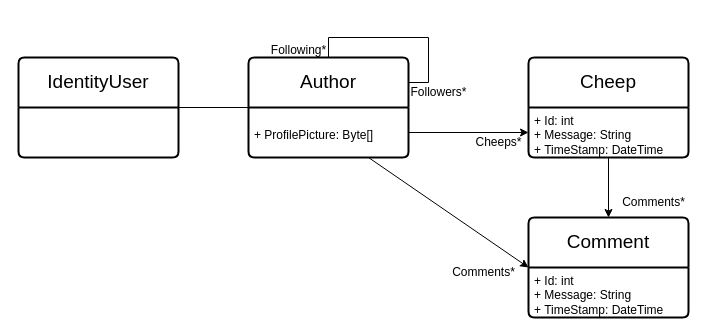
Above: docs/models/DomainModel.drawio in ITU-BDSA2024-GROUP10/Chirp (draw.io), before the change. Source tidied: cells renumbered, new cells numbered last; positions are measured from the earlier drawing's top-left corner, leaving out a move shared by most shapes. Both pictures are drawn from the tidied source at 100%, with x=0, y=0 at pixel (18, 35).
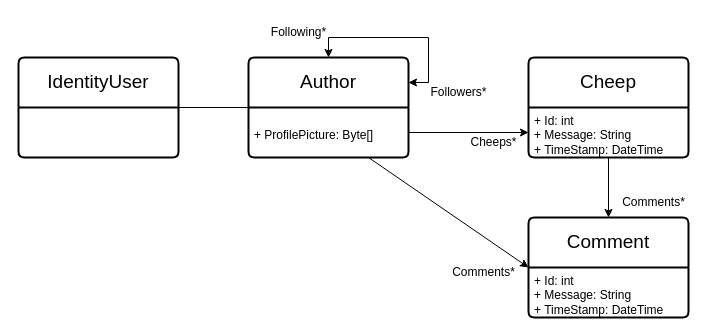
The same diagram, later.

Commit message:
Moved names for better visibility

Diff of the diagram source:
```diff
@@
 <mxGraphModel>
   <root>
     <mxCell id="0" />
     <mxCell id="1" parent="0" />
     <mxCell id="2" value="&lt;font style=&quot;font-size: 19px;&quot;&gt;Author&lt;/font&gt;" style="swimlane;horizontal=1;startSize=50;rounded=1;fontSize=14;fontStyle=0;strokeWidth=2;shadow=0;dashed=0;align=center;arcSize=4;whiteSpace=wrap;html=1;" parent="1" vertex="1">
       <mxGeometry x="230" y="22" width="160" height="100" as="geometry" />
     </mxCell>
     <mxCell id="3" value="&lt;br&gt;+ ProfilePicture: Byte[]&amp;nbsp;" style="align=left;strokeColor=none;fillColor=none;spacingLeft=4;fontSize=12;verticalAlign=top;html=1;" parent="2" vertex="1">
       <mxGeometry y="50" width="160" height="50" as="geometry" />
     </mxCell>
     <mxCell id="4" value="&lt;font style=&quot;font-size: 19px;&quot;&gt;Cheep&lt;/font&gt;" style="swimlane;horizontal=1;startSize=50;rounded=1;fontSize=14;fontStyle=0;strokeWidth=2;shadow=0;dashed=0;align=center;arcSize=4;whiteSpace=wrap;html=1;" parent="1" vertex="1">
       <mxGeometry x="510" y="22" width="160" height="100" as="geometry" />
     </mxCell>
     <mxCell id="5" value="+ Id: int&amp;nbsp;&lt;div&gt;+ Message: String&amp;nbsp;&lt;/div&gt;&lt;div&gt;+ TimeStamp: DateTime&lt;/div&gt;" style="align=left;strokeColor=none;fillColor=none;spacingLeft=4;fontSize=12;verticalAlign=top;html=1;" parent="4" vertex="1">
       <mxGeometry y="50" width="160" height="50" as="geometry" />
     </mxCell>
-    <mxCell id="6" style="edgeStyle=orthogonalEdgeStyle;rounded=0;orthogonalLoop=1;jettySize=auto;html=1;exitX=0.5;exitY=0;exitDx=0;exitDy=0;entryX=1;entryY=0.25;entryDx=0;entryDy=0;endArrow=none;endFill=0;startArrow=none;startFill=0;" parent="1" edge="1" source="2" target="2">
+    <mxCell id="6" style="edgeStyle=orthogonalEdgeStyle;rounded=0;orthogonalLoop=1;jettySize=auto;html=1;exitX=0.5;exitY=0;exitDx=0;exitDy=0;entryX=1;entryY=0.25;entryDx=0;entryDy=0;endArrow=classic;endFill=1;startArrow=classic;startFill=1;" parent="1" edge="1" source="2" target="2">
       <mxGeometry relative="1" as="geometry" />
     </mxCell>
     <mxCell id="7" value="&lt;font style=&quot;font-size: 19px;&quot;&gt;Comment&lt;/font&gt;" style="swimlane;horizontal=1;startSize=50;rounded=1;fontSize=14;fontStyle=0;strokeWidth=2;shadow=0;dashed=0;align=center;arcSize=4;whiteSpace=wrap;html=1;" parent="1" vertex="1">
       <mxGeometry x="510" y="182" width="160" height="100" as="geometry" />
     </mxCell>
     <mxCell id="8" value="+ Id: int&amp;nbsp;&lt;div&gt;+ Message: String&amp;nbsp;&lt;/div&gt;&lt;div&gt;+ TimeStamp: DateTime&lt;/div&gt;" style="align=left;strokeColor=none;fillColor=none;spacingLeft=4;fontSize=12;verticalAlign=top;html=1;" parent="7" vertex="1">
       <mxGeometry y="50" width="160" height="50" as="geometry" />
     </mxCell>
     <mxCell id="9" value="Following*" style="text;html=1;align=center;verticalAlign=middle;strokeColor=none;fillColor=none;" parent="1" vertex="1">
-      <mxGeometry x="240" width="80" height="30" as="geometry" />
+      <mxGeometry x="240" y="-18" width="80" height="30" as="geometry" />
     </mxCell>
     <mxCell id="10" value="Followers*" style="text;html=1;align=center;verticalAlign=middle;strokeColor=none;fillColor=none;" parent="1" vertex="1">
-      <mxGeometry x="380" y="42" width="80" height="30" as="geometry" />
+      <mxGeometry x="400" y="42" width="80" height="30" as="geometry" />
     </mxCell>
     <mxCell id="11" style="edgeStyle=orthogonalEdgeStyle;rounded=0;jettySize=auto;html=1;exitX=1;exitY=0.5;exitDx=0;exitDy=0;entryX=0;entryY=0.75;entryDx=0;entryDy=0;" parent="1" edge="1" source="3" target="4">
       <mxGeometry relative="1" as="geometry" />
     </mxCell>
     <mxCell id="12" value="Cheeps*" style="text;html=1;align=center;verticalAlign=middle;strokeColor=none;fillColor=none;" parent="1" vertex="1">
-      <mxGeometry x="445" y="92" width="70" height="30" as="geometry" />
+      <mxGeometry x="440" y="92" width="70" height="30" as="geometry" />
     </mxCell>
     <mxCell id="13" style="edgeStyle=none;jettySize=auto;html=1;rounded=0;exitX=0.75;exitY=1;exitDx=0;exitDy=0;entryX=0;entryY=0;entryDx=0;entryDy=0;" parent="1" edge="1" source="3" target="8">
       <mxGeometry relative="1" as="geometry" />
     </mxCell>
     <mxCell id="14" value="Comments*" style="text;html=1;align=center;verticalAlign=middle;strokeColor=none;fillColor=none;" parent="1" vertex="1">
       <mxGeometry x="420" y="222" width="90" height="30" as="geometry" />
     </mxCell>
     <mxCell id="15" style="edgeStyle=none;jettySize=auto;html=1;rounded=0;exitX=0.5;exitY=1;exitDx=0;exitDy=0;entryX=0.5;entryY=0;entryDx=0;entryDy=0;" parent="1" edge="1" source="5" target="7">
       <mxGeometry relative="1" as="geometry" />
     </mxCell>
     <mxCell id="16" value="Comments*" style="text;html=1;align=center;verticalAlign=middle;strokeColor=none;fillColor=none;" parent="1" vertex="1">
       <mxGeometry x="590" y="152" width="90" height="30" as="geometry" />
     </mxCell>
     <mxCell id="17" value="&lt;span style=&quot;font-size: 19px;&quot;&gt;IdentityUser&lt;/span&gt;" style="swimlane;horizontal=1;startSize=50;rounded=1;fontSize=14;fontStyle=0;strokeWidth=2;shadow=0;dashed=0;align=center;arcSize=4;whiteSpace=wrap;html=1;" parent="1" vertex="1">
       <mxGeometry y="22" width="160" height="100" as="geometry" />
     </mxCell>
     <mxCell id="18" style="edgeStyle=none;jettySize=auto;html=1;rounded=0;entryX=0;entryY=0;entryDx=0;entryDy=0;endArrow=none;endFill=0;" parent="1" edge="1" source="17" target="3">
       <mxGeometry relative="1" as="geometry" />
     </mxCell>
   </root>
 </mxGraphModel>
```
